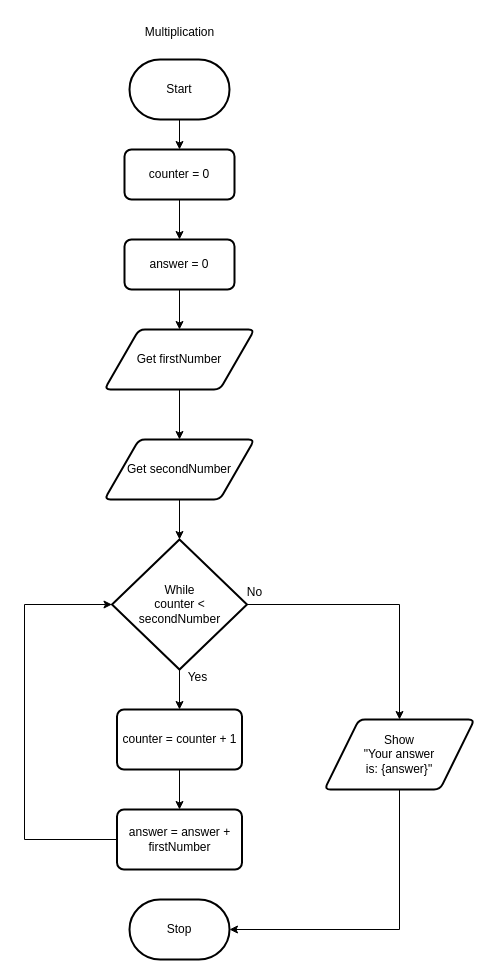
Before: design/flowchart.drawio in MTHS-ICD2O-1-2024/ICD2O-Unit-5-06-Ain-Jeong, a draw.io diagram. Source tidied: cells renumbered, new cells numbered last; positions are measured from the earlier drawing's top-left corner, leaving out a move shared by most shapes. Both pictures are drawn from the tidied source at 100%, with x=0, y=0 at pixel (24, 17).
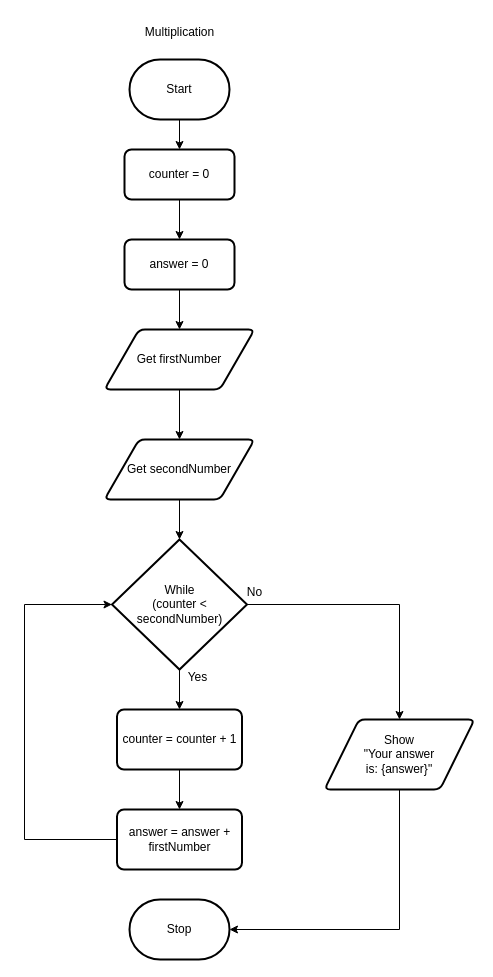
After the change.

The edit, as a diff of the source:
```diff
@@
-    <mxCell id="9" value="While&lt;div&gt;&lt;span style=&quot;color: rgb(0, 0, 0); background-color: transparent;&quot;&gt;counter &amp;lt; secondNumber&lt;/span&gt;&lt;/div&gt;" style="strokeWidth=2;html=1;shape=mxgraph.flowchart.decision;whiteSpace=wrap;" parent="1" vertex="1">
+    <mxCell id="9" value="While&lt;div&gt;&lt;span style=&quot;color: rgb(0, 0, 0); background-color: transparent;&quot;&gt;(counter &amp;lt; secondNumber)&lt;/span&gt;&lt;/div&gt;" style="strokeWidth=2;html=1;shape=mxgraph.flowchart.decision;whiteSpace=wrap;" parent="1" vertex="1">
       <mxGeometry x="87.5" y="522" width="135" height="130" as="geometry" />
     </mxCell>
```
